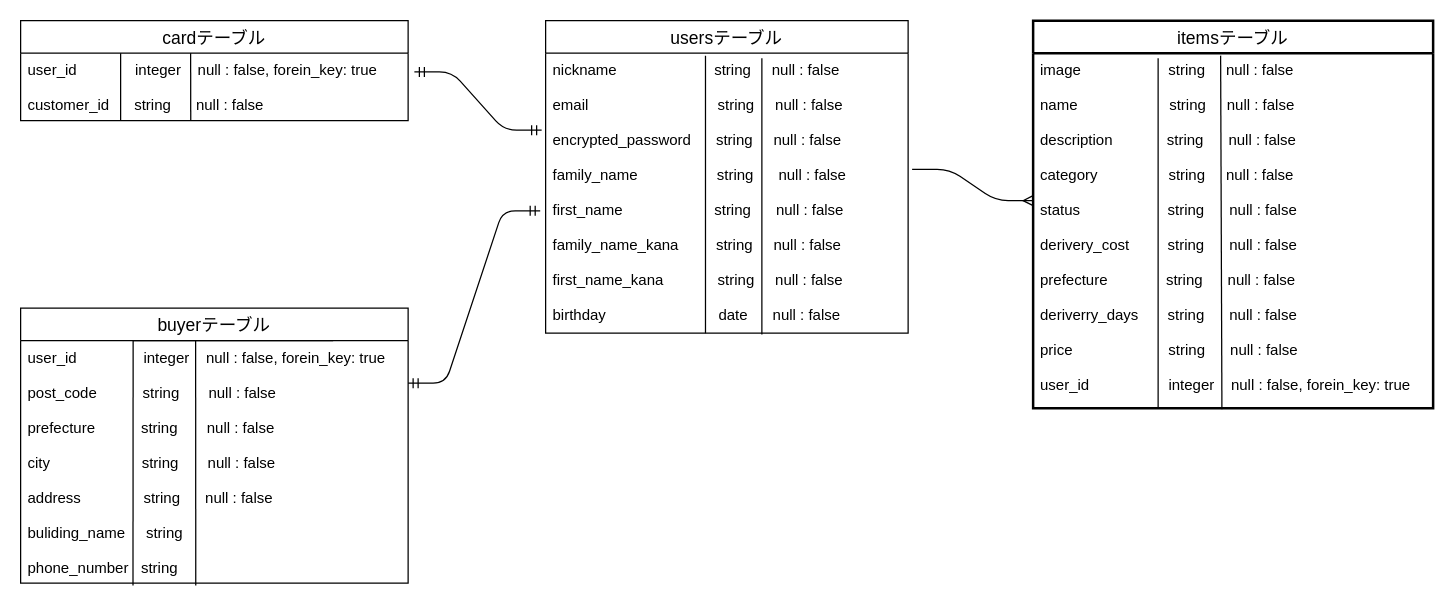
The draw.io diagram furima.dio in Komty/furima-34555, before the edit. Source tidied: cells renumbered, new cells numbered last; positions are measured from the earlier drawing's top-left corner, leaving out a move shared by most shapes. Both pictures are drawn from the tidied source at 125%, with x=0, y=0 at pixel (20, 20).
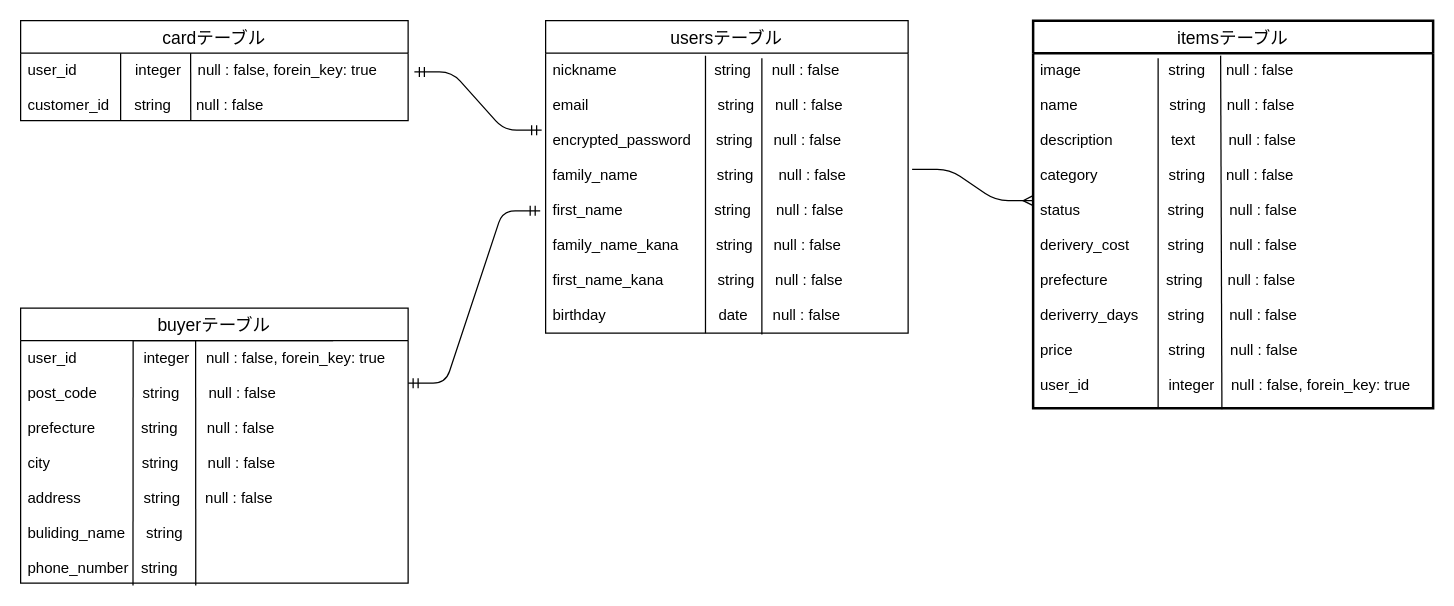
The same page after the edit.

Commit message (it also covers changes not shown here):
データベース設計　修正2

Unchanged cells that the change refers to:
```xml
<mxCell id="5" value="itemsテーブル" style="swimlane;fontStyle=0;horizontal=1;startSize=26;align=center;fontSize=14;strokeWidth=2;" parent="1" vertex="1">
  <mxGeometry x="810" width="320" height="310" as="geometry" />
</mxCell>
```

The edit, as a diff of the source:
```diff
@@
-    <mxCell id="7" value="image                     string     null : false&#10;&#10;name                      string     null : false &#10;&#10;description             string      null : false &#10;&#10;category                 string     null : false &#10;&#10;status                     string      null : false&#10;&#10;derivery_cost　　  string      null : false &#10;&#10;prefecture              string      null : false&#10;&#10;deriverry_days       string      null : false&#10;&#10;price                       string      null : false&#10;&#10;user_id                   integer    null : false, forein_key: true&#10;" style="text;strokeColor=none;fillColor=none;spacingLeft=4;spacingRight=4;overflow=hidden;points=[[0,0.5],[1,0.5]];portConstraint=eastwest;fontSize=12;" parent="5" vertex="1">
+    <mxCell id="7" value="image                     string     null : false&#10;&#10;name                      string     null : false &#10;&#10;description              text        null : false &#10;&#10;category                 string     null : false &#10;&#10;status                     string      null : false&#10;&#10;derivery_cost　　  string      null : false &#10;&#10;prefecture              string      null : false&#10;&#10;deriverry_days       string      null : false&#10;&#10;price                       string      null : false&#10;&#10;user_id                   integer    null : false, forein_key: true&#10;" style="text;strokeColor=none;fillColor=none;spacingLeft=4;spacingRight=4;overflow=hidden;points=[[0,0.5],[1,0.5]];portConstraint=eastwest;fontSize=12;" parent="5" vertex="1">
       <mxGeometry y="26" width="320" height="284" as="geometry" />
     </mxCell>
```
